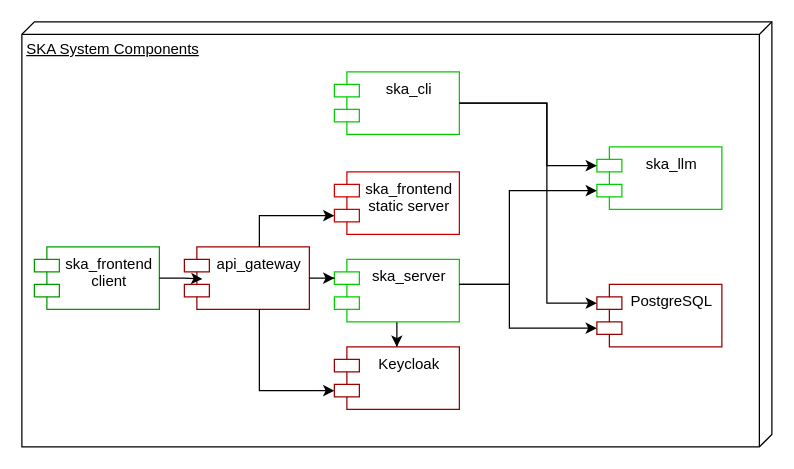
ThanosApostolou/thapo-ska keeps this draw.io diagram as docs/specific-knowledge-assistant/component.drawio. Above is the earlier version. Source tidied: cells renumbered, new cells numbered last; positions are measured from the earlier drawing's top-left corner, leaving out a move shared by most shapes. Both pictures are drawn from the tidied source at 125%, with x=0, y=0 at pixel (21, 21).
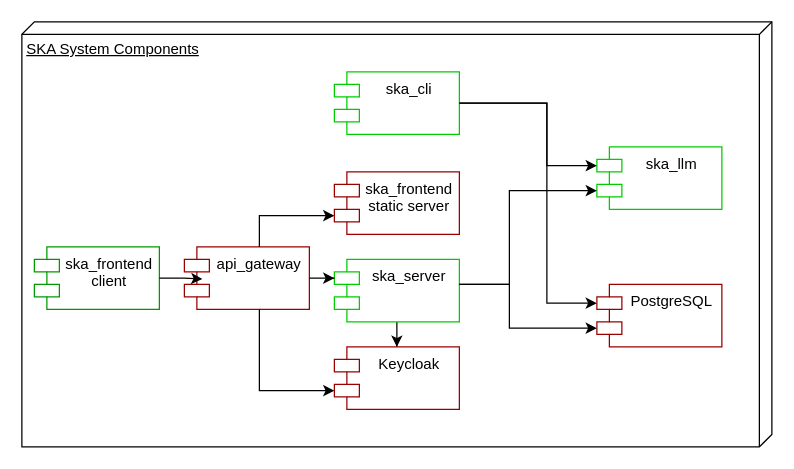
After the change.

Diff of the diagram source:
```diff
@@
-    <mxCell id="6" value="ska_frontend static server" style="shape=module;align=left;spacingLeft=20;align=center;verticalAlign=top;whiteSpace=wrap;html=1;strokeColor=#CC0000;" parent="1" vertex="1">
+    <mxCell id="6" value="ska_frontend static server" style="shape=module;align=left;spacingLeft=20;align=center;verticalAlign=top;whiteSpace=wrap;html=1;strokeColor=#990000;" parent="1" vertex="1">
       <mxGeometry x="250" y="120" width="100" height="50" as="geometry" />
     </mxCell>
```
